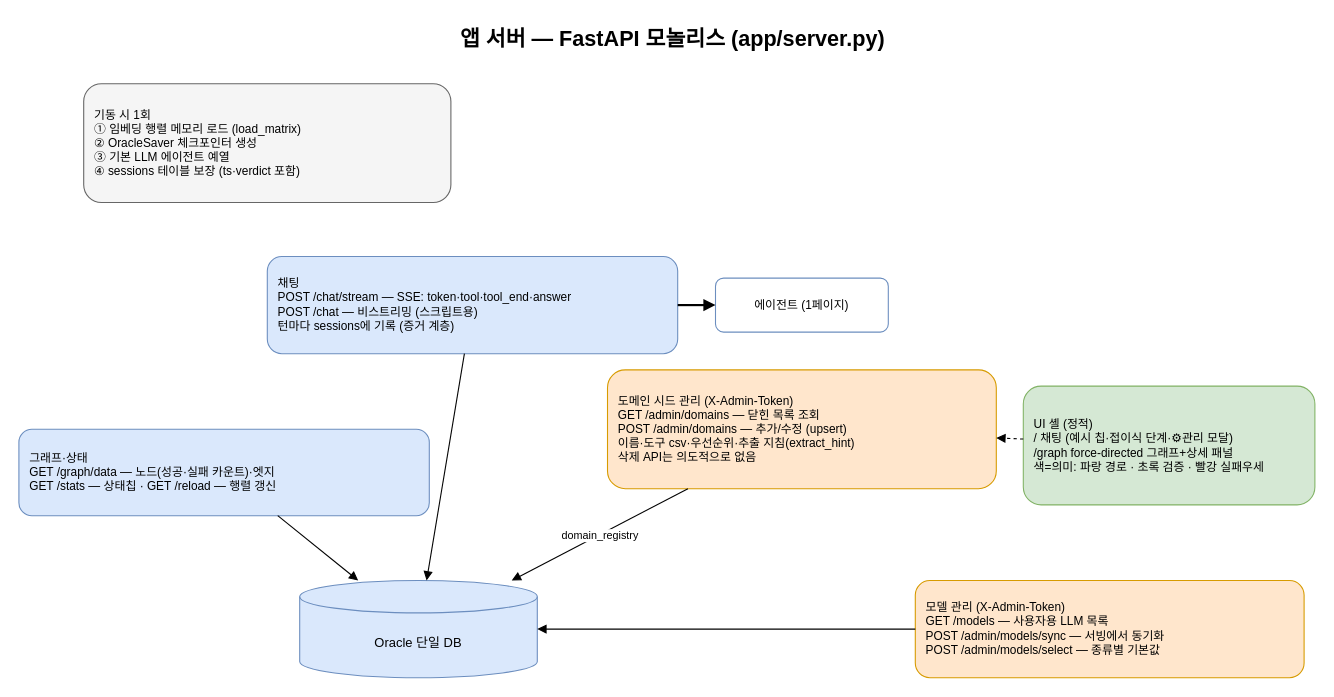
Before: page "2 앱 서버 (server.py)" (2 of 8) of docs/component-architecture.drawio in catinbox276/graph-search-chat, a draw.io diagram. Source tidied: cells renumbered, new cells numbered last; positions are measured from the earlier drawing's top-left corner, leaving out a move shared by most shapes. Both pictures are drawn from the tidied source at 108%, with x=0, y=0 at pixel (18, 18).
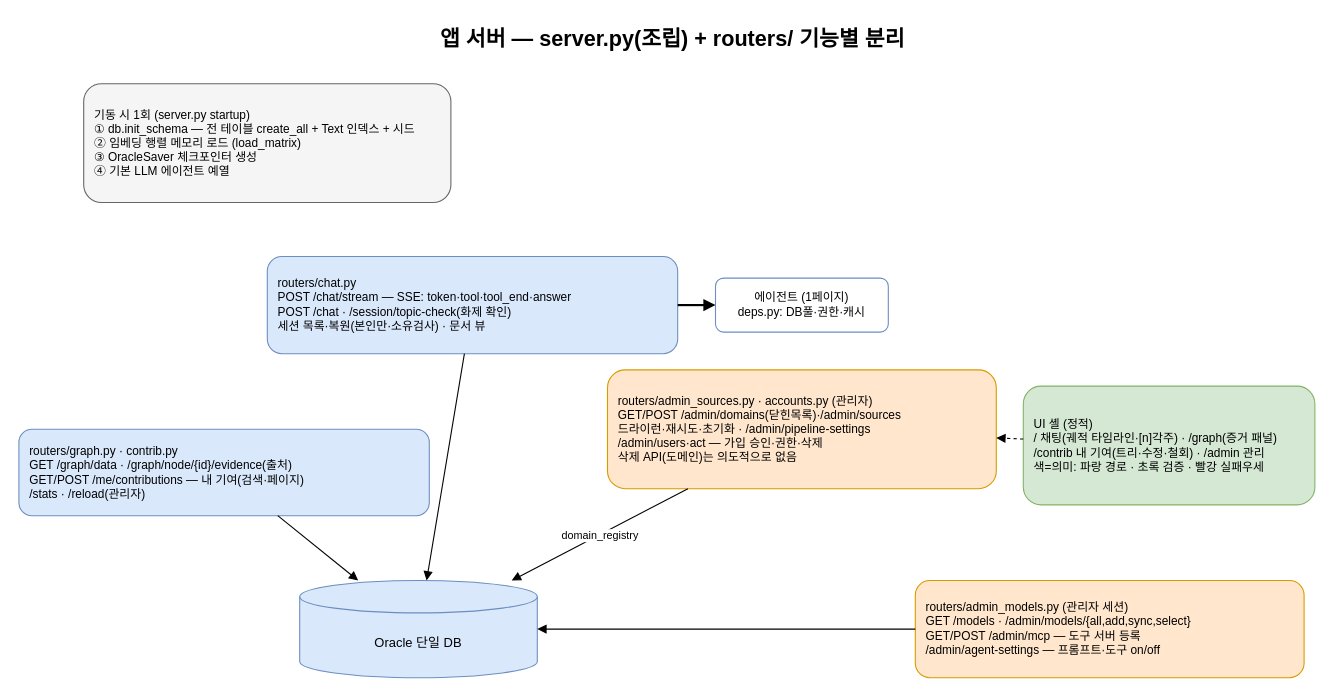
Above is the later version.

Change to the diagram source:
```diff
@@
 <mxGraphModel>
   <root>
     <mxCell id="0" />
     <mxCell id="1" parent="0" />
-    <mxCell id="2" value="앱 서버 — FastAPI 모놀리스 (app/server.py)" style="text;html=1;fontSize=20;fontStyle=1;align=center;" parent="1" vertex="1">
+    <mxCell id="2" value="앱 서버 — server.py(조립) + routers/ 기능별 분리" style="text;html=1;fontSize=20;fontStyle=1;align=center;" parent="1" vertex="1">
       <mxGeometry x="305" width="600" height="30" as="geometry" />
     </mxCell>
-    <mxCell id="3" value="기동 시 1회&lt;br&gt;① 임베딩 행렬 메모리 로드 (load_matrix)&lt;br&gt;② OracleSaver 체크포인터 생성&lt;br&gt;③ 기본 LLM 에이전트 예열&lt;br&gt;④ sessions 테이블 보장 (ts·verdict 포함)" style="rounded=1;whiteSpace=wrap;html=1;fillColor=#f5f5f5;strokeColor=#666666;fontSize=11;align=left;spacingLeft=8;" parent="1" vertex="1">
+    <mxCell id="3" value="기동 시 1회 (server.py startup)&lt;br&gt;① db.init_schema — 전 테이블 create_all + Text 인덱스 + 시드&lt;br&gt;② 임베딩 행렬 메모리 로드 (load_matrix)&lt;br&gt;③ OracleSaver 체크포인터 생성&lt;br&gt;④ 기본 LLM 에이전트 예열" style="rounded=1;whiteSpace=wrap;html=1;fillColor=#f5f5f5;strokeColor=#666666;fontSize=11;align=left;spacingLeft=8;" parent="1" vertex="1">
       <mxGeometry x="60" y="60" width="340" height="110" as="geometry" />
     </mxCell>
-    <mxCell id="4" value="채팅&#10;POST /chat/stream — SSE: token·tool·tool_end·answer&#10;POST /chat — 비스트리밍 (스크립트용)&#10;턴마다 sessions에 기록 (증거 계층)" style="rounded=1;whiteSpace=wrap;html=1;fillColor=#dae8fc;strokeColor=#6c8ebf;fontSize=11;align=left;spacingLeft=8;" parent="1" vertex="1">
+    <mxCell id="4" value="routers/chat.py&#10;POST /chat/stream — SSE: token·tool·tool_end·answer&#10;POST /chat · /session/topic-check(화제 확인)&#10;세션 목록·복원(본인만·소유검사) · 문서 뷰" style="rounded=1;whiteSpace=wrap;html=1;fillColor=#dae8fc;strokeColor=#6c8ebf;fontSize=11;align=left;spacingLeft=8;" parent="1" vertex="1">
       <mxGeometry x="230" y="220" width="380" height="90" as="geometry" />
     </mxCell>
-    <mxCell id="5" value="그래프·상태&#10;GET /graph/data — 노드(성공·실패 카운트)·엣지&#10;GET /stats — 상태칩 · GET /reload — 행렬 갱신" style="rounded=1;whiteSpace=wrap;html=1;fillColor=#dae8fc;strokeColor=#6c8ebf;fontSize=11;align=left;spacingLeft=8;" parent="1" vertex="1">
+    <mxCell id="5" value="routers/graph.py · contrib.py&#10;GET /graph/data · /graph/node/{id}/evidence(출처)&#10;GET/POST /me/contributions — 내 기여(검색·페이지)&#10;/stats · /reload(관리자)" style="rounded=1;whiteSpace=wrap;html=1;fillColor=#dae8fc;strokeColor=#6c8ebf;fontSize=11;align=left;spacingLeft=8;" parent="1" vertex="1">
       <mxGeometry y="380" width="380" height="80" as="geometry" />
     </mxCell>
-    <mxCell id="6" value="모델 관리 (X-Admin-Token)&#10;GET /models — 사용자용 LLM 목록&#10;POST /admin/models/sync — 서빙에서 동기화&#10;POST /admin/models/select — 종류별 기본값" style="rounded=1;whiteSpace=wrap;html=1;fillColor=#ffe6cc;strokeColor=#d79b00;fontSize=11;align=left;spacingLeft=8;" parent="1" vertex="1">
+    <mxCell id="6" value="routers/admin_models.py (관리자 세션)&#10;GET /models · /admin/models/{all,add,sync,select}&#10;GET/POST /admin/mcp — 도구 서버 등록&#10;/admin/agent-settings — 프롬프트·도구 on/off" style="rounded=1;whiteSpace=wrap;html=1;fillColor=#ffe6cc;strokeColor=#d79b00;fontSize=11;align=left;spacingLeft=8;" parent="1" vertex="1">
       <mxGeometry x="830" y="520" width="360" height="90" as="geometry" />
     </mxCell>
-    <mxCell id="7" value="도메인 시드 관리 (X-Admin-Token)&#10;GET /admin/domains — 닫힌 목록 조회&#10;POST /admin/domains — 추가/수정 (upsert)&#10;이름·도구 csv·우선순위·추출 지침(extract_hint)&#10;삭제 API는 의도적으로 없음" style="rounded=1;whiteSpace=wrap;html=1;fillColor=#ffe6cc;strokeColor=#d79b00;fontSize=11;align=left;spacingLeft=8;" parent="1" vertex="1">
+    <mxCell id="7" value="routers/admin_sources.py · accounts.py (관리자)&#10;GET/POST /admin/domains(닫힌목록)·/admin/sources&#10;드라이런·재시도·초기화 · /admin/pipeline-settings&#10;/admin/users·act — 가입 승인·권한·삭제&#10;삭제 API(도메인)는 의도적으로 없음" style="rounded=1;whiteSpace=wrap;html=1;fillColor=#ffe6cc;strokeColor=#d79b00;fontSize=11;align=left;spacingLeft=8;" parent="1" vertex="1">
       <mxGeometry x="545" y="325" width="360" height="110" as="geometry" />
     </mxCell>
-    <mxCell id="8" value="UI 셸 (정적)&#10;/ 채팅 (예시 칩·접이식 단계·⚙관리 모달)&#10;/graph force-directed 그래프+상세 패널&#10;색=의미: 파랑 경로 · 초록 검증 · 빨강 실패우세" style="rounded=1;whiteSpace=wrap;html=1;fillColor=#d5e8d4;strokeColor=#82b366;fontSize=11;align=left;spacingLeft=8;" parent="1" vertex="1">
+    <mxCell id="8" value="UI 셸 (정적)&#10;/ 채팅(궤적 타임라인·[n]각주) · /graph(증거 패널)&#10;/contrib 내 기여(트리·수정·철회) · /admin 관리&#10;색=의미: 파랑 경로 · 초록 검증 · 빨강 실패우세" style="rounded=1;whiteSpace=wrap;html=1;fillColor=#d5e8d4;strokeColor=#82b366;fontSize=11;align=left;spacingLeft=8;" parent="1" vertex="1">
       <mxGeometry x="930" y="340" width="270" height="110" as="geometry" />
     </mxCell>
     <mxCell id="9" value="Oracle 단일 DB" style="shape=cylinder3;whiteSpace=wrap;html=1;boundedLbl=1;backgroundOutline=1;size=15;fillColor=#dae8fc;strokeColor=#6c8ebf;fontSize=12;" parent="1" vertex="1">
       <mxGeometry x="260" y="520" width="220" height="90" as="geometry" />
     </mxCell>
-    <mxCell id="10" value="에이전트 (1페이지)" style="rounded=1;whiteSpace=wrap;html=1;fillColor=#ffffff;strokeColor=#6c8ebf;fontSize=11;" parent="1" vertex="1">
+    <mxCell id="10" value="에이전트 (1페이지)&#10;deps.py: DB풀·권한·캐시" style="rounded=1;whiteSpace=wrap;html=1;fillColor=#ffffff;strokeColor=#6c8ebf;fontSize=11;" parent="1" vertex="1">
       <mxGeometry x="645" y="240" width="160" height="50" as="geometry" />
     </mxCell>
     <mxCell id="11" style="endArrow=block;html=1;strokeWidth=1;" parent="1" edge="1" source="4" target="9">
       <mxGeometry relative="1" as="geometry" />
     </mxCell>
     <mxCell id="12" style="endArrow=block;html=1;strokeWidth=1;" parent="1" edge="1" source="5" target="9">
       <mxGeometry relative="1" as="geometry" />
     </mxCell>
     <mxCell id="13" style="endArrow=block;html=1;strokeWidth=1;" parent="1" edge="1" source="6" target="9">
       <mxGeometry relative="1" as="geometry" />
     </mxCell>
     <mxCell id="14" value="domain_registry" style="endArrow=block;html=1;strokeWidth=1;fontSize=10;" parent="1" edge="1" source="7" target="9">
       <mxGeometry relative="1" as="geometry" />
     </mxCell>
     <mxCell id="15" style="endArrow=block;html=1;strokeWidth=2;" parent="1" edge="1" source="4" target="10">
       <mxGeometry relative="1" as="geometry" />
     </mxCell>
     <mxCell id="16" style="endArrow=block;html=1;strokeWidth=1;dashed=1;" parent="1" edge="1" source="8" target="7">
       <mxGeometry relative="1" as="geometry" />
     </mxCell>
   </root>
 </mxGraphModel>
```
